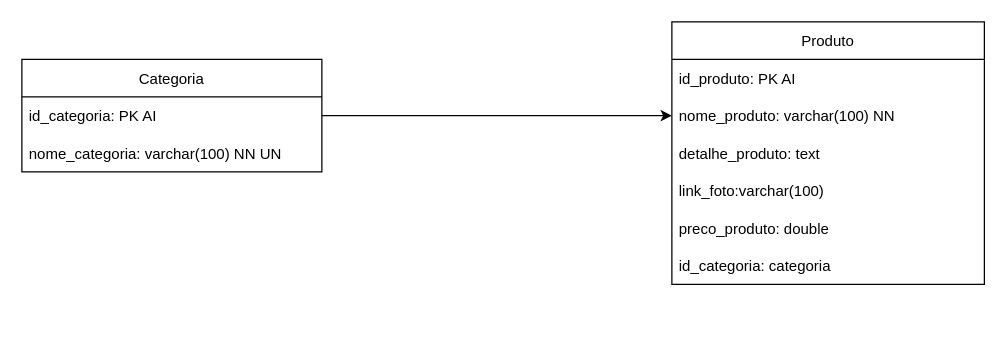
The draw.io diagram Banco de Dados.drawio in josehigor27/sistema_de_vendas, before the edit. Source tidied: cells renumbered, new cells numbered last; positions are measured from the earlier drawing's top-left corner, leaving out a move shared by most shapes. Both pictures are drawn from the tidied source at 125%, with x=0, y=0 at pixel (21, 21).
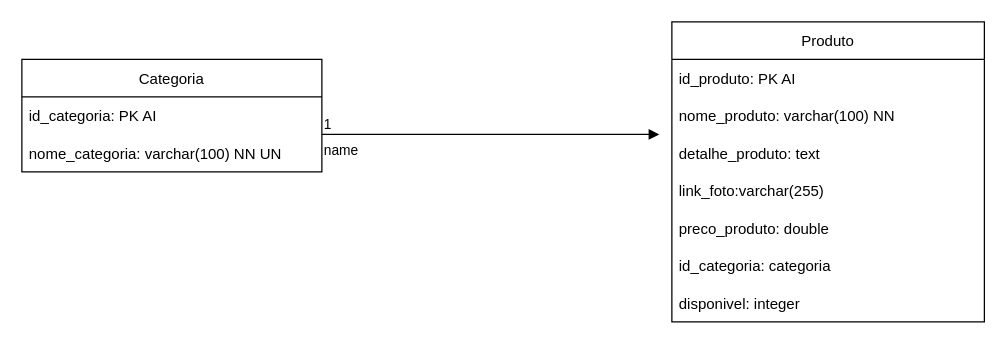
The same page after the edit.

Change to the diagram source:
```diff
@@
 <mxGraphModel>
   <root>
     <mxCell id="0" />
     <mxCell id="1" parent="0" />
-    <mxCell id="2" style="edgeStyle=orthogonalEdgeStyle;rounded=0;jettySize=auto;html=1;entryX=0;entryY=0.5;entryDx=0;entryDy=0;" parent="1" edge="1" source="3" target="8">
-      <mxGeometry relative="1" as="geometry" />
-    </mxCell>
     <mxCell id="3" value="Categoria" style="swimlane;fontStyle=0;horizontal=1;startSize=30;" parent="1" vertex="1">
       <mxGeometry y="30" width="240" height="90" as="geometry" />
     </mxCell>
     <mxCell id="4" value="id_categoria: PK AI" style="text;strokeColor=none;fillColor=none;align=left;verticalAlign=middle;spacingLeft=4;spacingRight=4;overflow=hidden;" parent="3" vertex="1">
       <mxGeometry y="30" width="240" height="30" as="geometry" />
     </mxCell>
     <mxCell id="5" value="nome_categoria: varchar(100) NN UN" style="text;strokeColor=none;fillColor=none;align=left;verticalAlign=middle;spacingLeft=4;spacingRight=4;overflow=hidden;" parent="3" vertex="1">
       <mxGeometry y="60" width="240" height="30" as="geometry" />
     </mxCell>
     <mxCell id="6" value="Produto" style="swimlane;fontStyle=0;horizontal=1;startSize=30;" parent="1" vertex="1">
-      <mxGeometry x="520" width="250" height="210" as="geometry" />
+      <mxGeometry x="520" width="250" height="240" as="geometry" />
     </mxCell>
     <mxCell id="7" value="id_produto: PK AI" style="text;strokeColor=none;fillColor=none;align=left;verticalAlign=middle;spacingLeft=4;spacingRight=4;overflow=hidden;" parent="6" vertex="1">
       <mxGeometry y="30" width="250" height="30" as="geometry" />
     </mxCell>
     <mxCell id="8" value="nome_produto: varchar(100) NN" style="text;strokeColor=none;fillColor=none;align=left;verticalAlign=middle;spacingLeft=4;spacingRight=4;overflow=hidden;points=[[0,0.5],[1,0.5]];portConstraint=eastwest;" parent="6" vertex="1">
       <mxGeometry y="60" width="250" height="30" as="geometry" />
     </mxCell>
     <mxCell id="9" value="detalhe_produto: text" style="text;strokeColor=none;fillColor=none;align=left;verticalAlign=middle;spacingLeft=4;spacingRight=4;overflow=hidden;" parent="6" vertex="1">
       <mxGeometry y="90" width="250" height="30" as="geometry" />
     </mxCell>
-    <mxCell id="10" value="link_foto:varchar(100)" style="text;strokeColor=none;fillColor=none;align=left;verticalAlign=middle;spacingLeft=4;spacingRight=4;overflow=hidden;" parent="6" vertex="1">
+    <mxCell id="10" value="link_foto:varchar(255)" style="text;strokeColor=none;fillColor=none;align=left;verticalAlign=middle;spacingLeft=4;spacingRight=4;overflow=hidden;" parent="6" vertex="1">
       <mxGeometry y="120" width="250" height="30" as="geometry" />
     </mxCell>
     <mxCell id="11" value="preco_produto: double" style="text;strokeColor=none;fillColor=none;align=left;verticalAlign=middle;spacingLeft=4;spacingRight=4;overflow=hidden;" parent="6" vertex="1">
       <mxGeometry y="150" width="250" height="30" as="geometry" />
     </mxCell>
     <mxCell id="12" value="id_categoria: categoria" style="text;strokeColor=none;fillColor=none;align=left;verticalAlign=middle;spacingLeft=4;spacingRight=4;overflow=hidden;" parent="6" vertex="1">
       <mxGeometry y="180" width="250" height="30" as="geometry" />
     </mxCell>
+    <mxCell id="13" value="disponivel: integer" style="text;strokeColor=none;fillColor=none;align=left;verticalAlign=middle;spacingLeft=4;spacingRight=4;overflow=hidden;" parent="6" vertex="1">
+      <mxGeometry y="210" width="250" height="30" as="geometry" />
+    </mxCell>
+    <mxCell id="14" value="name" style="endArrow=block;endFill=1;html=1;edgeStyle=orthogonalEdgeStyle;align=left;verticalAlign=top;rounded=0;" parent="1" edge="1">
+      <mxGeometry x="-1" relative="1" as="geometry">
+        <mxPoint x="240" y="90" as="sourcePoint" />
+        <mxPoint x="510" y="90" as="targetPoint" />
+      </mxGeometry>
+    </mxCell>
+    <mxCell id="15" value="1" style="edgeLabel;html=1;align=left;verticalAlign=bottom;" parent="14" vertex="1">
+      <mxGeometry x="-1" relative="1" as="geometry" />
+    </mxCell>
   </root>
 </mxGraphModel>
```
